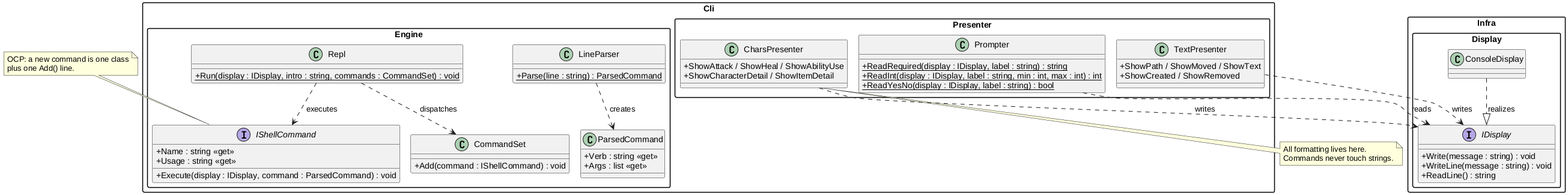
This is docs/diagram-engine.png from Markentyy/Layers-ProjectOOP, a PlantUML export, as it was before one commit.
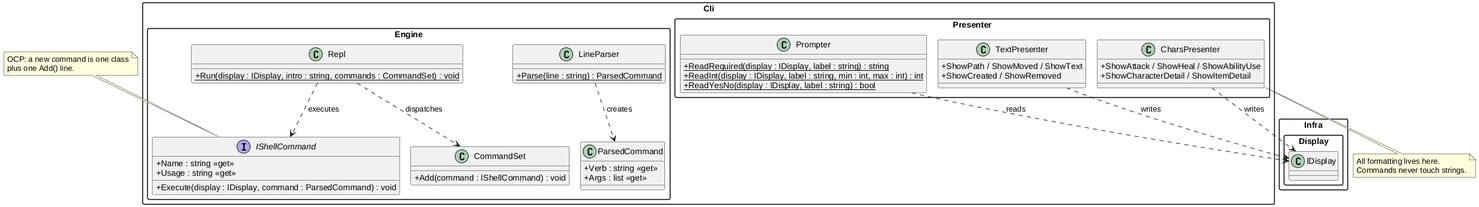
After the commit.

Commit message:
Document WebApi: README section, infra diagram figure, report updates

The edit, as a diff of the source:
```diff
@@ -42,15 +42,6 @@
   }
 }
 
-namespace Infra.Display {
-  interface IDisplay {
-    + Write(message : string) : void
-    + WriteLine(message : string) : void
-    + ReadLine() : string
-  }
-  class ConsoleDisplay {
-  }
-}
 
 note top of Cli.Engine.IShellCommand
   OCP: a new command is one class
@@ -62,7 +53,6 @@
   Commands never touch strings.
 end note
 
-Infra.Display.ConsoleDisplay ..|> Infra.Display.IDisplay : realizes
 Cli.Engine.Repl ..> Cli.Engine.CommandSet : dispatches
 Cli.Engine.Repl ..> Cli.Engine.IShellCommand : executes
 Cli.Engine.LineParser ..> Cli.Engine.ParsedCommand : creates
```
